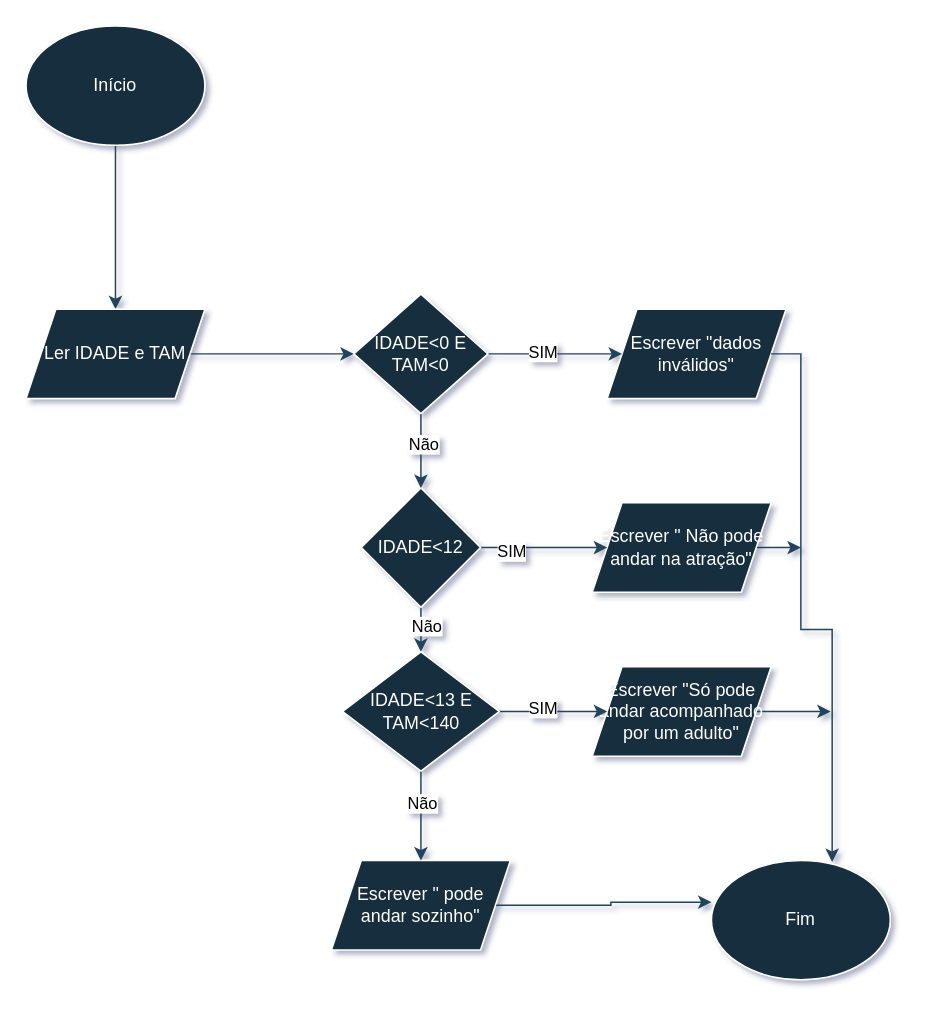
Above: Fluxo 11.drawio in Rato0101/Fluxogramas (draw.io), before the change. Source tidied: cells renumbered, new cells numbered last; positions are measured from the earlier drawing's top-left corner, leaving out a move shared by most shapes. Both pictures are drawn from the tidied source at 149%, with x=0, y=0 at pixel (25, 25).
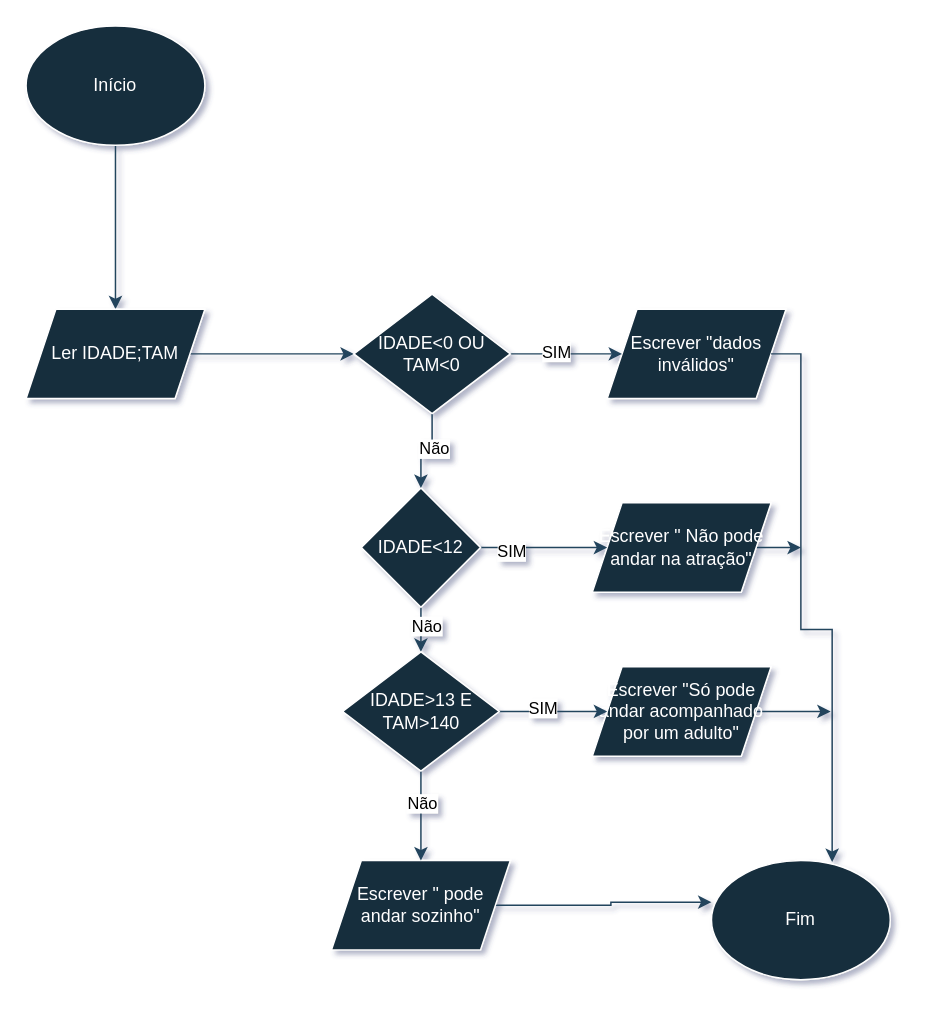
The same page after the edit.

Diff of the diagram source:
```diff
@@
-    <mxCell id="6" value="Ler IDADE e TAM" style="shape=parallelogram;perimeter=parallelogramPerimeter;whiteSpace=wrap;html=1;shapeInside=1;fixedSize=1;labelBackgroundColor=none;fillColor=#182E3E;strokeColor=#FFFFFF;fontColor=#FFFFFF;" parent="1" vertex="1">
+    <mxCell id="6" value="Ler IDADE;TAM" style="shape=parallelogram;perimeter=parallelogramPerimeter;whiteSpace=wrap;html=1;shapeInside=1;fixedSize=1;labelBackgroundColor=none;fillColor=#182E3E;strokeColor=#FFFFFF;fontColor=#FFFFFF;" parent="1" vertex="1">
       <mxGeometry y="190" width="120" height="60" as="geometry" />
     </mxCell>
@@
-    <mxCell id="23" value="IDADE&amp;lt;0 E TAM&amp;lt;0" style="rhombus;whiteSpace=wrap;html=1;shapeInside=1;strokeColor=#FFFFFF;fontColor=#FFFFFF;fillColor=#182E3E;" parent="1" vertex="1">
-      <mxGeometry x="220" y="180" width="90" height="80" as="geometry" />
+    <mxCell id="23" value="IDADE&amp;lt;0 OU TAM&amp;lt;0" style="rhombus;whiteSpace=wrap;html=1;shapeInside=1;strokeColor=#FFFFFF;fontColor=#FFFFFF;fillColor=#182E3E;" parent="1" vertex="1">
+      <mxGeometry x="220" y="180" width="105" height="80" as="geometry" />
     </mxCell>
@@
-    <mxCell id="28" value="IDADE&amp;lt;13 E TAM&amp;lt;140" style="rhombus;whiteSpace=wrap;html=1;shapeInside=1;strokeColor=#FFFFFF;fontColor=#FFFFFF;fillColor=#182E3E;" parent="1" vertex="1">
+    <mxCell id="28" value="IDADE&amp;gt;13 E TAM&amp;gt;140" style="rhombus;whiteSpace=wrap;html=1;shapeInside=1;strokeColor=#FFFFFF;fontColor=#FFFFFF;fillColor=#182E3E;" parent="1" vertex="1">
       <mxGeometry x="212.5" y="420" width="105" height="80" as="geometry" />
     </mxCell>
```
